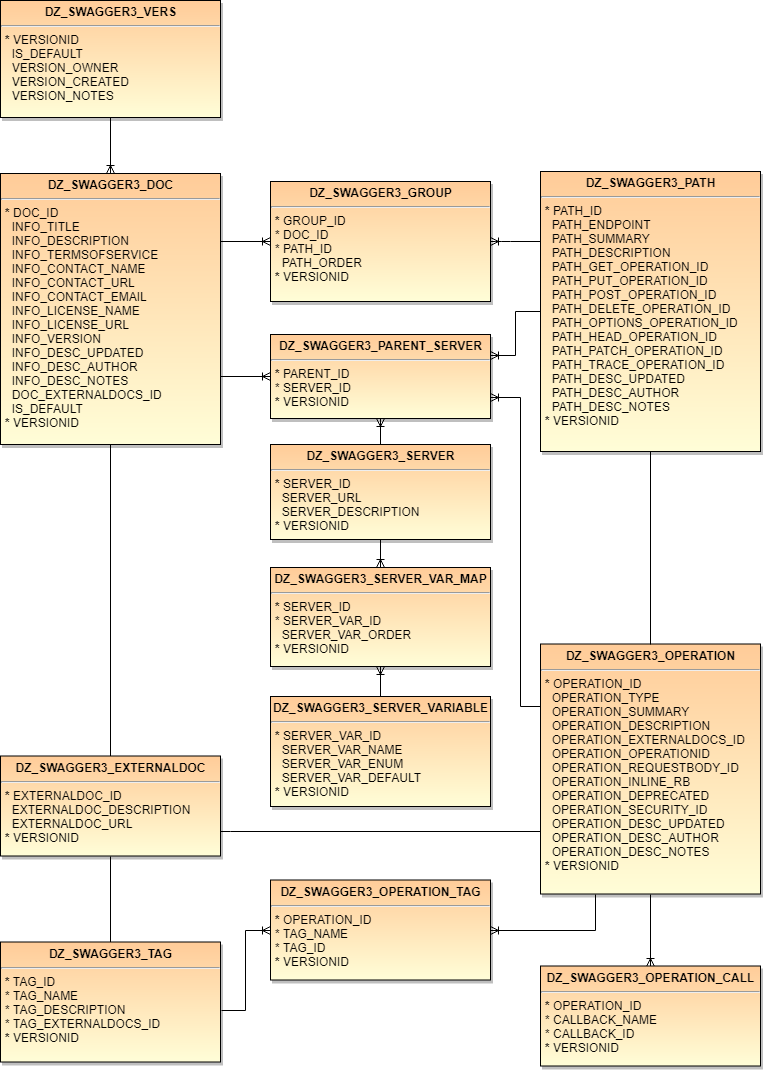
Before: Doc/ERD1.png, a diagram exported from draw.io (pauldzy/DZ_SWAGGER3). Source tidied: cells renumbered, new cells last; positions are measured from the earlier drawing's top-left corner, leaving out a move shared by most shapes.
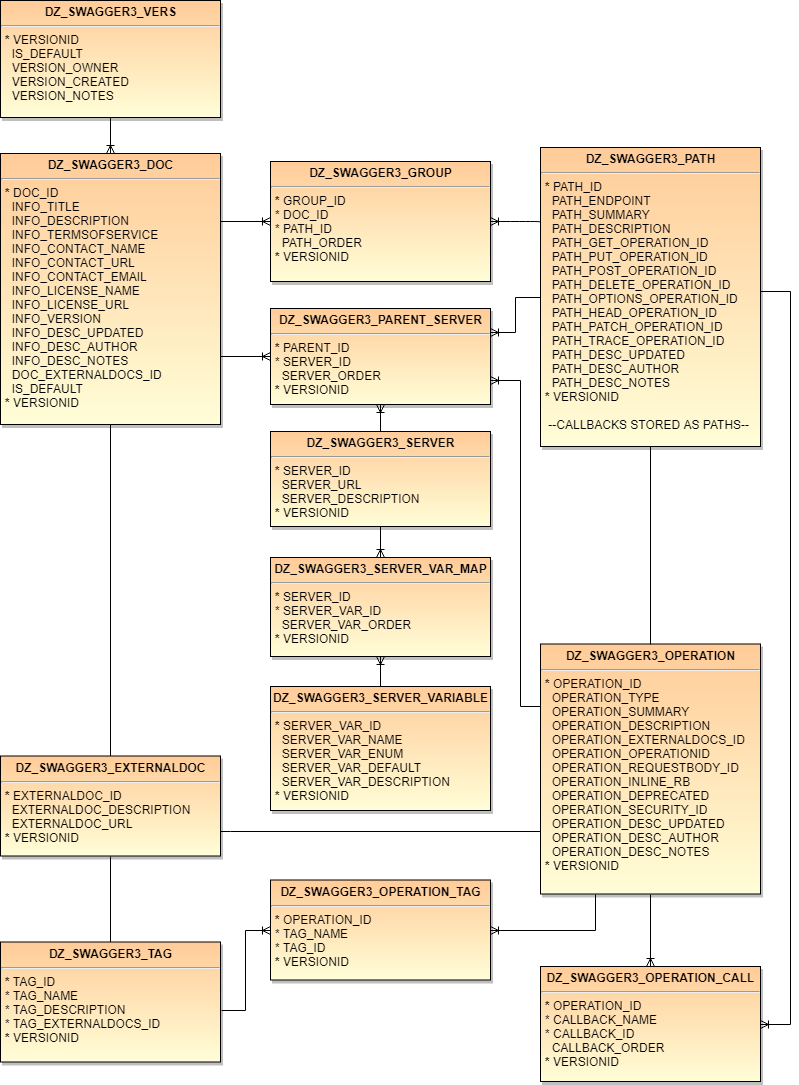
Later version of the same file.

The edit, as a diff of the source:
```diff
@@ -12,13 +12,13 @@
       <mxGeometry relative="1" as="geometry" />
     </mxCell>
     <mxCell id="5" value="&lt;p style=&quot;margin: 0px ; margin-top: 4px ; text-align: center&quot;&gt;&lt;strong&gt;DZ_SWAGGER3_DOC&lt;/strong&gt;&lt;/p&gt;&lt;hr&gt;&lt;p style=&quot;margin: 0px ; margin-left: 4px&quot;&gt;&lt;b&gt;*&lt;/b&gt;&amp;nbsp;DOC_ID&lt;/p&gt;&lt;p style=&quot;margin: 0px ; margin-left: 4px&quot;&gt;&amp;nbsp; INFO_TITLE&lt;/p&gt;&lt;p style=&quot;margin: 0px ; margin-left: 4px&quot;&gt;&amp;nbsp; INFO_DESCRIPTION&lt;/p&gt;&lt;p style=&quot;margin: 0px ; margin-left: 4px&quot;&gt;&amp;nbsp; INFO_TERMSOFSERVICE&lt;/p&gt;&lt;p style=&quot;margin: 0px ; margin-left: 4px&quot;&gt;&amp;nbsp; INFO_CONTACT_NAME&lt;/p&gt;&lt;p style=&quot;margin: 0px ; margin-left: 4px&quot;&gt;&amp;nbsp; INFO_CONTACT_URL&lt;/p&gt;&lt;p style=&quot;margin: 0px ; margin-left: 4px&quot;&gt;&amp;nbsp; INFO_CONTACT_EMAIL&lt;/p&gt;&lt;p style=&quot;margin: 0px ; margin-left: 4px&quot;&gt;&amp;nbsp; INFO_LICENSE_NAME&lt;/p&gt;&lt;p style=&quot;margin: 0px ; margin-left: 4px&quot;&gt;&amp;nbsp; INFO_LICENSE_URL&lt;/p&gt;&lt;p style=&quot;margin: 0px ; margin-left: 4px&quot;&gt;&amp;nbsp; INFO_VERSION&lt;/p&gt;&lt;p style=&quot;margin: 0px ; margin-left: 4px&quot;&gt;&amp;nbsp;&amp;nbsp;&lt;span&gt;INFO_DESC_UPDATED&lt;/span&gt;&lt;/p&gt;&lt;p style=&quot;margin: 0px ; margin-left: 4px&quot;&gt;&amp;nbsp; INFO_DESC_AUTHOR&lt;/p&gt;&lt;p style=&quot;margin: 0px ; margin-left: 4px&quot;&gt;&amp;nbsp; INFO_DESC_NOTES&lt;/p&gt;&lt;p style=&quot;margin: 0px ; margin-left: 4px&quot;&gt;&amp;nbsp; DOC_EXTERNALDOCS_ID&lt;/p&gt;&lt;p style=&quot;margin: 0px ; margin-left: 4px&quot;&gt;&amp;nbsp; IS_DEFAULT&lt;/p&gt;&lt;p style=&quot;margin: 0px ; margin-left: 4px&quot;&gt;&lt;b&gt;*&lt;/b&gt; VERSIONID&lt;/p&gt;" style="shadow=1;fillColor=#FFCC99;gradientColor=#FFFED8;verticalAlign=top;align=left;overflow=fill;fontSize=12;fontFamily=Helvetica;html=1;" parent="1" vertex="1">
-      <mxGeometry y="173" width="220" height="271" as="geometry" />
+      <mxGeometry y="153" width="220" height="271" as="geometry" />
     </mxCell>
     <mxCell id="6" style="edgeStyle=orthogonalEdgeStyle;html=1;endArrow=ERoneToMany;entryX=0.5;entryY=0;exitX=0.5;exitY=1;" parent="1" edge="1" source="2" target="5">
       <mxGeometry relative="1" as="geometry" />
     </mxCell>
     <mxCell id="7" value="&lt;p style=&quot;margin: 0px ; margin-top: 4px ; text-align: center&quot;&gt;&lt;strong&gt;DZ_SWAGGER3_GROUP&lt;/strong&gt;&lt;/p&gt;&lt;hr&gt;&lt;p style=&quot;margin: 0px ; margin-left: 4px&quot;&gt;&lt;b&gt;*&lt;/b&gt;&amp;nbsp;GROUP_ID&lt;/p&gt;&lt;p style=&quot;margin: 0px ; margin-left: 4px&quot;&gt;* DOC_ID&lt;/p&gt;&lt;p style=&quot;margin: 0px ; margin-left: 4px&quot;&gt;* PATH_ID&lt;/p&gt;&lt;p style=&quot;margin: 0px ; margin-left: 4px&quot;&gt;&amp;nbsp;&amp;nbsp;&lt;span&gt;PATH_ORDER&lt;/span&gt;&lt;/p&gt;&lt;p style=&quot;margin: 0px ; margin-left: 4px&quot;&gt;&lt;b&gt;*&lt;/b&gt;&lt;span&gt; VERSIONID&lt;/span&gt;&lt;/p&gt;" style="shadow=1;fillColor=#FFCC99;gradientColor=#FFFED8;verticalAlign=top;align=left;overflow=fill;fontSize=12;fontFamily=Helvetica;html=1;" parent="1" vertex="1">
-      <mxGeometry x="270" y="181" width="220" height="120" as="geometry" />
+      <mxGeometry x="270" y="161" width="220" height="120" as="geometry" />
     </mxCell>
     <mxCell id="8" style="edgeStyle=orthogonalEdgeStyle;html=1;endArrow=none;entryX=1;entryY=0.25;exitX=0;exitY=0.5;startArrow=ERoneToMany;startFill=0;endFill=0;" parent="1" edge="1" source="7" target="5">
       <mxGeometry relative="1" as="geometry" />
@@ -37,14 +37,14 @@
     <mxCell id="11" style="edgeStyle=orthogonalEdgeStyle;rounded=0;html=1;exitX=0;exitY=0.5;entryX=1;entryY=0.25;startArrow=none;startFill=0;endArrow=ERoneToMany;endFill=0;jettySize=auto;exitDx=0;exitDy=0;" parent="1" edge="1" source="12" target="25">
       <mxGeometry relative="1" as="geometry" />
     </mxCell>
-    <mxCell id="12" value="&lt;p style=&quot;margin: 0px ; margin-top: 4px ; text-align: center&quot;&gt;&lt;strong&gt;DZ_SWAGGER3_PATH&lt;/strong&gt;&lt;/p&gt;&lt;hr&gt;&lt;p style=&quot;margin: 0px ; margin-left: 4px&quot;&gt;&lt;b&gt;*&lt;/b&gt; PATH_ID&lt;/p&gt;&lt;p style=&quot;margin: 0px ; margin-left: 4px&quot;&gt;&amp;nbsp; PATH_ENDPOINT&lt;/p&gt;&lt;p style=&quot;margin: 0px ; margin-left: 4px&quot;&gt;&amp;nbsp;&amp;nbsp;&lt;span&gt;PATH_SUMMARY&lt;/span&gt;&lt;/p&gt;&lt;p style=&quot;margin: 0px ; margin-left: 4px&quot;&gt;&amp;nbsp; PATH_DESCRIPTION&lt;/p&gt;&lt;p style=&quot;margin: 0px ; margin-left: 4px&quot;&gt;&amp;nbsp; PATH_GET_OPERATION_ID&lt;/p&gt;&lt;p style=&quot;margin: 0px ; margin-left: 4px&quot;&gt;&amp;nbsp; PATH_PUT_OPERATION_ID&lt;/p&gt;&lt;p style=&quot;margin: 0px ; margin-left: 4px&quot;&gt;&amp;nbsp; PATH_POST_OPERATION_ID&lt;/p&gt;&lt;p style=&quot;margin: 0px ; margin-left: 4px&quot;&gt;&amp;nbsp; PATH_DELETE_OPERATION_ID&lt;/p&gt;&lt;p style=&quot;margin: 0px ; margin-left: 4px&quot;&gt;&amp;nbsp; PATH_OPTIONS_OPERATION_ID&lt;/p&gt;&lt;p style=&quot;margin: 0px ; margin-left: 4px&quot;&gt;&amp;nbsp; PATH_HEAD_OPERATION_ID&lt;/p&gt;&lt;p style=&quot;margin: 0px ; margin-left: 4px&quot;&gt;&amp;nbsp; PATH_PATCH_OPERATION_ID&lt;/p&gt;&lt;p style=&quot;margin: 0px ; margin-left: 4px&quot;&gt;&amp;nbsp; PATH_TRACE_OPERATION_ID&lt;/p&gt;&lt;p style=&quot;margin: 0px ; margin-left: 4px&quot;&gt;&amp;nbsp; PATH&lt;span&gt;_DESC_UPDATED&lt;/span&gt;&lt;/p&gt;&lt;p style=&quot;margin: 0px ; margin-left: 4px&quot;&gt;&amp;nbsp; PATH_DESC_AUTHOR&lt;/p&gt;&lt;p style=&quot;margin: 0px ; margin-left: 4px&quot;&gt;&amp;nbsp; PATH_DESC_NOTES&lt;/p&gt;&lt;p style=&quot;margin: 0px ; margin-left: 4px&quot;&gt;&lt;b&gt;*&lt;/b&gt; VERSIONID&lt;/p&gt;" style="shadow=1;fillColor=#FFCC99;gradientColor=#FFFED8;verticalAlign=top;align=left;overflow=fill;fontSize=12;fontFamily=Helvetica;html=1;" parent="1" vertex="1">
-      <mxGeometry x="540" y="171" width="220" height="280" as="geometry" />
+    <mxCell id="12" value="&lt;p style=&quot;margin: 0px ; margin-top: 4px ; text-align: center&quot;&gt;&lt;strong&gt;DZ_SWAGGER3_PATH&lt;/strong&gt;&lt;/p&gt;&lt;hr&gt;&lt;p style=&quot;margin: 0px ; margin-left: 4px&quot;&gt;&lt;b&gt;*&lt;/b&gt; PATH_ID&lt;/p&gt;&lt;p style=&quot;margin: 0px ; margin-left: 4px&quot;&gt;&amp;nbsp; PATH_ENDPOINT&lt;/p&gt;&lt;p style=&quot;margin: 0px ; margin-left: 4px&quot;&gt;&amp;nbsp;&amp;nbsp;&lt;span&gt;PATH_SUMMARY&lt;/span&gt;&lt;/p&gt;&lt;p style=&quot;margin: 0px ; margin-left: 4px&quot;&gt;&amp;nbsp; PATH_DESCRIPTION&lt;/p&gt;&lt;p style=&quot;margin: 0px ; margin-left: 4px&quot;&gt;&amp;nbsp; PATH_GET_OPERATION_ID&lt;/p&gt;&lt;p style=&quot;margin: 0px ; margin-left: 4px&quot;&gt;&amp;nbsp; PATH_PUT_OPERATION_ID&lt;/p&gt;&lt;p style=&quot;margin: 0px ; margin-left: 4px&quot;&gt;&amp;nbsp; PATH_POST_OPERATION_ID&lt;/p&gt;&lt;p style=&quot;margin: 0px ; margin-left: 4px&quot;&gt;&amp;nbsp; PATH_DELETE_OPERATION_ID&lt;/p&gt;&lt;p style=&quot;margin: 0px ; margin-left: 4px&quot;&gt;&amp;nbsp; PATH_OPTIONS_OPERATION_ID&lt;/p&gt;&lt;p style=&quot;margin: 0px ; margin-left: 4px&quot;&gt;&amp;nbsp; PATH_HEAD_OPERATION_ID&lt;/p&gt;&lt;p style=&quot;margin: 0px ; margin-left: 4px&quot;&gt;&amp;nbsp; PATH_PATCH_OPERATION_ID&lt;/p&gt;&lt;p style=&quot;margin: 0px ; margin-left: 4px&quot;&gt;&amp;nbsp; PATH_TRACE_OPERATION_ID&lt;/p&gt;&lt;p style=&quot;margin: 0px ; margin-left: 4px&quot;&gt;&amp;nbsp; PATH&lt;span&gt;_DESC_UPDATED&lt;/span&gt;&lt;/p&gt;&lt;p style=&quot;margin: 0px ; margin-left: 4px&quot;&gt;&amp;nbsp; PATH_DESC_AUTHOR&lt;/p&gt;&lt;p style=&quot;margin: 0px ; margin-left: 4px&quot;&gt;&amp;nbsp; PATH_DESC_NOTES&lt;/p&gt;&lt;p style=&quot;margin: 0px ; margin-left: 4px&quot;&gt;&lt;b&gt;*&lt;/b&gt; VERSIONID&lt;/p&gt;&lt;p style=&quot;margin: 0px ; margin-left: 4px&quot;&gt;&lt;br&gt;&lt;/p&gt;&lt;p style=&quot;margin: 0px ; margin-left: 4px&quot;&gt;&amp;nbsp;--CALLBACKS STORED AS PATHS--&lt;/p&gt;" style="shadow=1;fillColor=#FFCC99;gradientColor=#FFFED8;verticalAlign=top;align=left;overflow=fill;fontSize=12;fontFamily=Helvetica;html=1;" parent="1" vertex="1">
+      <mxGeometry x="540" y="147" width="220" height="299" as="geometry" />
     </mxCell>
     <mxCell id="13" style="edgeStyle=orthogonalEdgeStyle;html=1;endArrow=ERoneToMany;entryX=1;entryY=0.5;startArrow=none;startFill=0;endFill=0;exitX=0;exitY=0.25;" parent="1" edge="1" source="12" target="7">
       <mxGeometry relative="1" as="geometry">
         <Array as="points">
-          <mxPoint x="500" y="241" />
-          <mxPoint x="500" y="241" />
+          <mxPoint x="520" y="221" />
+          <mxPoint x="520" y="221" />
         </Array>
       </mxGeometry>
     </mxCell>
@@ -55,7 +55,7 @@
       <mxGeometry relative="1" as="geometry">
         <Array as="points">
           <mxPoint x="520" y="706" />
-          <mxPoint x="520" y="397" />
+          <mxPoint x="520" y="380" />
         </Array>
       </mxGeometry>
     </mxCell>
@@ -84,31 +84,37 @@
     <mxCell id="22" value="&lt;p style=&quot;margin: 0px ; margin-top: 4px ; text-align: center&quot;&gt;&lt;strong&gt;DZ_SWAGGER3_TAG&lt;/strong&gt;&lt;/p&gt;&lt;hr&gt;&lt;p style=&quot;margin: 0px ; margin-left: 4px&quot;&gt;&lt;b&gt;*&lt;/b&gt;&amp;nbsp;TAG_ID&lt;/p&gt;&lt;p style=&quot;margin: 0px ; margin-left: 4px&quot;&gt;* TAG_NAME&lt;/p&gt;&lt;p style=&quot;margin: 0px ; margin-left: 4px&quot;&gt;* TAG_DESCRIPTION&lt;/p&gt;&lt;p style=&quot;margin: 0px ; margin-left: 4px&quot;&gt;* TAG_EXTERNALDOCS_ID&lt;/p&gt;&lt;p style=&quot;margin: 0px ; margin-left: 4px&quot;&gt;&lt;b&gt;*&lt;/b&gt;&lt;span&gt; VERSIONID&lt;/span&gt;&lt;/p&gt;" style="shadow=1;fillColor=#FFCC99;gradientColor=#FFFED8;verticalAlign=top;align=left;overflow=fill;fontSize=12;fontFamily=Helvetica;html=1;" parent="1" vertex="1">
       <mxGeometry y="941.5" width="220" height="120" as="geometry" />
     </mxCell>
-    <mxCell id="23" value="&lt;p style=&quot;margin: 0px ; margin-top: 4px ; text-align: center&quot;&gt;&lt;strong&gt;DZ_SWAGGER3_OPERATION_CALL&lt;/strong&gt;&lt;/p&gt;&lt;hr&gt;&lt;p style=&quot;margin: 0px ; margin-left: 4px&quot;&gt;&lt;b&gt;*&lt;/b&gt;&amp;nbsp;OPERATION_ID&lt;/p&gt;&lt;p style=&quot;margin: 0px ; margin-left: 4px&quot;&gt;* CALLBACK_NAME&lt;/p&gt;&lt;p style=&quot;margin: 0px ; margin-left: 4px&quot;&gt;* CALLBACK_ID&lt;/p&gt;&lt;p style=&quot;margin: 0px ; margin-left: 4px&quot;&gt;&lt;b&gt;*&lt;/b&gt;&lt;span&gt; VERSIONID&lt;/span&gt;&lt;/p&gt;" style="shadow=1;fillColor=#FFCC99;gradientColor=#FFFED8;verticalAlign=top;align=left;overflow=fill;fontSize=12;fontFamily=Helvetica;html=1;" parent="1" vertex="1">
-      <mxGeometry x="540" y="965.5" width="220" height="100" as="geometry" />
+    <mxCell id="23" value="&lt;p style=&quot;margin: 0px ; margin-top: 4px ; text-align: center&quot;&gt;&lt;strong&gt;DZ_SWAGGER3_OPERATION_CALL&lt;/strong&gt;&lt;/p&gt;&lt;hr&gt;&lt;p style=&quot;margin: 0px ; margin-left: 4px&quot;&gt;&lt;b&gt;*&lt;/b&gt;&amp;nbsp;OPERATION_ID&lt;/p&gt;&lt;p style=&quot;margin: 0px ; margin-left: 4px&quot;&gt;* CALLBACK_NAME&lt;/p&gt;&lt;p style=&quot;margin: 0px ; margin-left: 4px&quot;&gt;* CALLBACK_ID&lt;/p&gt;&lt;p style=&quot;margin: 0px ; margin-left: 4px&quot;&gt;&amp;nbsp; CALLBACK_ORDER&lt;/p&gt;&lt;p style=&quot;margin: 0px ; margin-left: 4px&quot;&gt;&lt;b&gt;*&lt;/b&gt;&lt;span&gt; VERSIONID&lt;/span&gt;&lt;/p&gt;" style="shadow=1;fillColor=#FFCC99;gradientColor=#FFFED8;verticalAlign=top;align=left;overflow=fill;fontSize=12;fontFamily=Helvetica;html=1;" parent="1" vertex="1">
+      <mxGeometry x="540" y="966" width="220" height="115" as="geometry" />
     </mxCell>
     <mxCell id="24" style="edgeStyle=orthogonalEdgeStyle;rounded=0;html=1;exitX=0.5;exitY=1;entryX=0.5;entryY=0;startArrow=ERoneToMany;startFill=0;endArrow=none;endFill=0;jettySize=auto;" parent="1" edge="1" source="25" target="27">
       <mxGeometry relative="1" as="geometry" />
     </mxCell>
-    <mxCell id="25" value="&lt;p style=&quot;margin: 0px ; margin-top: 4px ; text-align: center&quot;&gt;&lt;strong&gt;DZ_SWAGGER3_PARENT_SERVER&lt;/strong&gt;&lt;/p&gt;&lt;hr&gt;&lt;p style=&quot;margin: 0px ; margin-left: 4px&quot;&gt;&lt;b&gt;*&lt;/b&gt;&amp;nbsp;PARENT_ID&lt;/p&gt;&lt;p style=&quot;margin: 0px ; margin-left: 4px&quot;&gt;* SERVER&lt;span&gt;_ID&lt;/span&gt;&lt;/p&gt;&lt;p style=&quot;margin: 0px ; margin-left: 4px&quot;&gt;&lt;b&gt;*&lt;/b&gt;&lt;span&gt; VERSIONID&lt;/span&gt;&lt;/p&gt;" style="shadow=1;fillColor=#FFCC99;gradientColor=#FFFED8;verticalAlign=top;align=left;overflow=fill;fontSize=12;fontFamily=Helvetica;html=1;" parent="1" vertex="1">
-      <mxGeometry x="270" y="334" width="220" height="84" as="geometry" />
+    <mxCell id="25" value="&lt;p style=&quot;margin: 0px ; margin-top: 4px ; text-align: center&quot;&gt;&lt;strong&gt;DZ_SWAGGER3_PARENT_SERVER&lt;/strong&gt;&lt;/p&gt;&lt;hr&gt;&lt;p style=&quot;margin: 0px ; margin-left: 4px&quot;&gt;&lt;b&gt;*&lt;/b&gt;&amp;nbsp;PARENT_ID&lt;/p&gt;&lt;p style=&quot;margin: 0px ; margin-left: 4px&quot;&gt;* SERVER&lt;span&gt;_ID&lt;/span&gt;&lt;/p&gt;&lt;p style=&quot;margin: 0px ; margin-left: 4px&quot;&gt;&lt;span&gt;&amp;nbsp; SERVER_ORDER&lt;/span&gt;&lt;/p&gt;&lt;p style=&quot;margin: 0px ; margin-left: 4px&quot;&gt;&lt;b&gt;*&lt;/b&gt;&lt;span&gt; VERSIONID&lt;/span&gt;&lt;/p&gt;" style="shadow=1;fillColor=#FFCC99;gradientColor=#FFFED8;verticalAlign=top;align=left;overflow=fill;fontSize=12;fontFamily=Helvetica;html=1;" parent="1" vertex="1">
+      <mxGeometry x="270" y="308" width="220" height="96" as="geometry" />
     </mxCell>
     <mxCell id="26" style="edgeStyle=orthogonalEdgeStyle;rounded=0;html=1;exitX=0.5;exitY=1;entryX=0.5;entryY=0;startArrow=none;startFill=0;endArrow=ERoneToMany;endFill=0;jettySize=auto;" parent="1" edge="1" source="27" target="28">
       <mxGeometry relative="1" as="geometry" />
     </mxCell>
     <mxCell id="27" value="&lt;p style=&quot;margin: 0px ; margin-top: 4px ; text-align: center&quot;&gt;&lt;strong&gt;DZ_SWAGGER3_SERVER&lt;/strong&gt;&lt;/p&gt;&lt;hr&gt;&lt;p style=&quot;margin: 0px ; margin-left: 4px&quot;&gt;&lt;b&gt;*&lt;/b&gt;&amp;nbsp;&lt;span&gt;SERVER&lt;/span&gt;&lt;span&gt;_ID&lt;/span&gt;&lt;/p&gt;&lt;p style=&quot;margin: 0px ; margin-left: 4px&quot;&gt;&lt;span&gt;&amp;nbsp; SERVER_URL&lt;/span&gt;&lt;/p&gt;&lt;p style=&quot;margin: 0px ; margin-left: 4px&quot;&gt;&lt;span&gt;&amp;nbsp; SERVER_DESCRIPTION&lt;/span&gt;&lt;/p&gt;&lt;p style=&quot;margin: 0px ; margin-left: 4px&quot;&gt;&lt;b&gt;*&lt;/b&gt;&lt;span&gt; VERSIONID&lt;/span&gt;&lt;/p&gt;" style="shadow=1;fillColor=#FFCC99;gradientColor=#FFFED8;verticalAlign=top;align=left;overflow=fill;fontSize=12;fontFamily=Helvetica;html=1;" parent="1" vertex="1">
-      <mxGeometry x="270" y="444" width="220" height="95" as="geometry" />
+      <mxGeometry x="270" y="431" width="220" height="95" as="geometry" />
     </mxCell>
     <mxCell id="28" value="&lt;p style=&quot;margin: 0px ; margin-top: 4px ; text-align: center&quot;&gt;&lt;strong&gt;DZ_SWAGGER3_SERVER_VAR_MAP&lt;/strong&gt;&lt;/p&gt;&lt;hr&gt;&lt;p style=&quot;margin: 0px ; margin-left: 4px&quot;&gt;&lt;b&gt;*&lt;/b&gt;&amp;nbsp;&lt;span&gt;SERVER&lt;/span&gt;&lt;span&gt;_ID&lt;/span&gt;&lt;/p&gt;&lt;p style=&quot;margin: 0px ; margin-left: 4px&quot;&gt;&lt;span&gt;* SERVER_VAR_ID&lt;/span&gt;&lt;/p&gt;&lt;p style=&quot;margin: 0px ; margin-left: 4px&quot;&gt;&lt;span&gt;&amp;nbsp; SERVER_VAR_ORDER&lt;/span&gt;&lt;/p&gt;&lt;p style=&quot;margin: 0px ; margin-left: 4px&quot;&gt;&lt;b&gt;*&lt;/b&gt;&lt;span&gt; VERSIONID&lt;/span&gt;&lt;/p&gt;" style="shadow=1;fillColor=#FFCC99;gradientColor=#FFFED8;verticalAlign=top;align=left;overflow=fill;fontSize=12;fontFamily=Helvetica;html=1;" parent="1" vertex="1">
-      <mxGeometry x="270" y="567" width="220" height="99" as="geometry" />
+      <mxGeometry x="270" y="557" width="220" height="99" as="geometry" />
     </mxCell>
-    <mxCell id="29" value="&lt;p style=&quot;margin: 0px ; margin-top: 4px ; text-align: center&quot;&gt;&lt;strong&gt;DZ_SWAGGER3_SERVER_VARIABLE&lt;/strong&gt;&lt;/p&gt;&lt;hr&gt;&lt;p style=&quot;margin: 0px ; margin-left: 4px&quot;&gt;&lt;b&gt;*&lt;/b&gt;&amp;nbsp;&lt;span&gt;SERVER&lt;/span&gt;&lt;span&gt;_VAR_ID&lt;/span&gt;&lt;/p&gt;&lt;p style=&quot;margin: 0px ; margin-left: 4px&quot;&gt;&lt;span&gt;&amp;nbsp; SERVER_VAR_NAME&lt;/span&gt;&lt;/p&gt;&lt;p style=&quot;margin: 0px ; margin-left: 4px&quot;&gt;&lt;span&gt;&amp;nbsp; SERVER_VAR_ENUM&lt;/span&gt;&lt;/p&gt;&lt;p style=&quot;margin: 0px ; margin-left: 4px&quot;&gt;&lt;span&gt;&amp;nbsp; SERVER_VAR_DEFAULT&lt;/span&gt;&lt;/p&gt;&lt;p style=&quot;margin: 0px ; margin-left: 4px&quot;&gt;&lt;b&gt;*&lt;/b&gt;&lt;span&gt; VERSIONID&lt;/span&gt;&lt;/p&gt;" style="shadow=1;fillColor=#FFCC99;gradientColor=#FFFED8;verticalAlign=top;align=left;overflow=fill;fontSize=12;fontFamily=Helvetica;html=1;" parent="1" vertex="1">
-      <mxGeometry x="270" y="696" width="220" height="110" as="geometry" />
+    <mxCell id="29" value="&lt;p style=&quot;margin: 0px ; margin-top: 4px ; text-align: center&quot;&gt;&lt;strong&gt;DZ_SWAGGER3_SERVER_VARIABLE&lt;/strong&gt;&lt;/p&gt;&lt;hr&gt;&lt;p style=&quot;margin: 0px ; margin-left: 4px&quot;&gt;&lt;b&gt;*&lt;/b&gt;&amp;nbsp;&lt;span&gt;SERVER&lt;/span&gt;&lt;span&gt;_VAR_ID&lt;/span&gt;&lt;/p&gt;&lt;p style=&quot;margin: 0px ; margin-left: 4px&quot;&gt;&lt;span&gt;&amp;nbsp; SERVER_VAR_NAME&lt;/span&gt;&lt;/p&gt;&lt;p style=&quot;margin: 0px ; margin-left: 4px&quot;&gt;&lt;span&gt;&amp;nbsp; SERVER_VAR_ENUM&lt;/span&gt;&lt;/p&gt;&lt;p style=&quot;margin: 0px ; margin-left: 4px&quot;&gt;&lt;span&gt;&amp;nbsp; SERVER_VAR_DEFAULT&lt;/span&gt;&lt;/p&gt;&lt;p style=&quot;margin: 0px ; margin-left: 4px&quot;&gt;&amp;nbsp; SERVER_VAR_DESCRIPTION&lt;/p&gt;&lt;p style=&quot;margin: 0px ; margin-left: 4px&quot;&gt;&lt;b&gt;*&lt;/b&gt;&lt;span&gt; VERSIONID&lt;/span&gt;&lt;/p&gt;" style="shadow=1;fillColor=#FFCC99;gradientColor=#FFFED8;verticalAlign=top;align=left;overflow=fill;fontSize=12;fontFamily=Helvetica;html=1;" parent="1" vertex="1">
+      <mxGeometry x="270" y="686" width="220" height="124" as="geometry" />
     </mxCell>
-    <mxCell id="30" style="edgeStyle=orthogonalEdgeStyle;rounded=0;html=1;startArrow=ERoneToMany;startFill=0;endArrow=none;endFill=0;jettySize=auto;exitX=0.5;exitY=1;exitDx=0;exitDy=0;entryX=0.5;entryY=0;entryDx=0;entryDy=0;" parent="1" edge="1" target="29">
-      <mxGeometry relative="1" as="geometry">
-        <mxPoint x="380" y="666" as="sourcePoint" />
-      </mxGeometry>
+    <mxCell id="30" style="edgeStyle=orthogonalEdgeStyle;rounded=0;html=1;startArrow=ERoneToMany;startFill=0;endArrow=none;endFill=0;jettySize=auto;exitX=0.5;exitY=1;exitDx=0;exitDy=0;entryX=0.5;entryY=0;entryDx=0;entryDy=0;" parent="1" edge="1" source="28" target="29">
+      <mxGeometry relative="1" as="geometry" />
     </mxCell>
+    <mxCell id="31" style="edgeStyle=orthogonalEdgeStyle;rounded=0;html=1;entryX=1;entryY=0.5;startArrow=none;startFill=0;endArrow=ERoneToMany;endFill=0;jettySize=auto;entryDx=0;entryDy=0;exitX=1;exitY=0.5;exitDx=0;exitDy=0;" parent="1" edge="1" source="12" target="23">
+      <mxGeometry relative="1" as="geometry">
+        <Array as="points">
+          <mxPoint x="790" y="291" />
+          <mxPoint x="790" y="1024" />
+        </Array>
+      </mxGeometry>
+    </mxCell>
   </root>
 </mxGraphModel>
```
